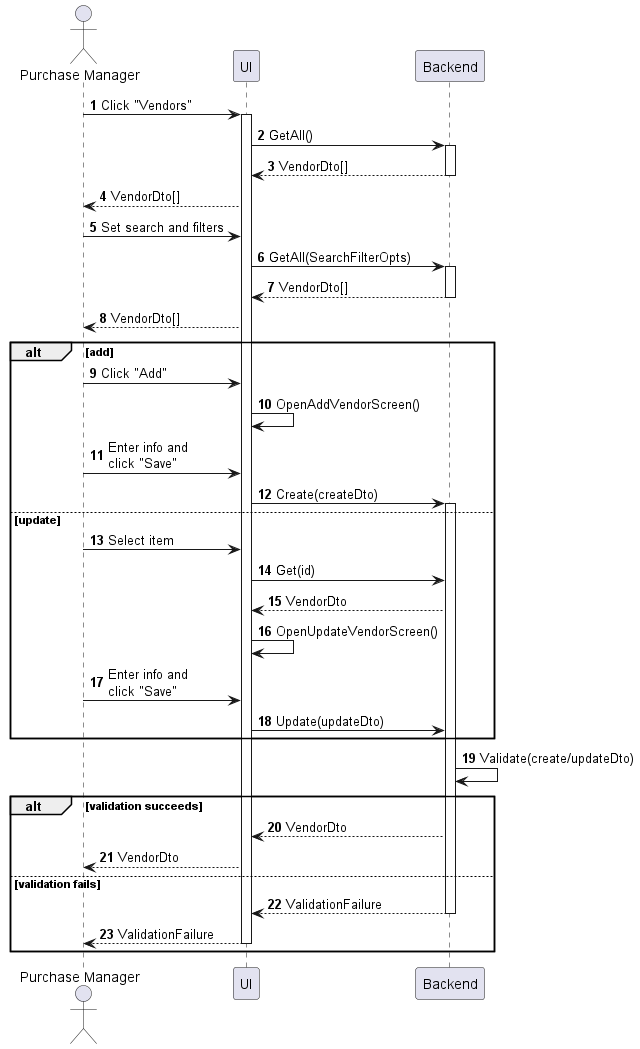
phihungha/scmss-reqs keeps this PlantUML diagram as sequences/vendor-manage.png. Above is the earlier version.
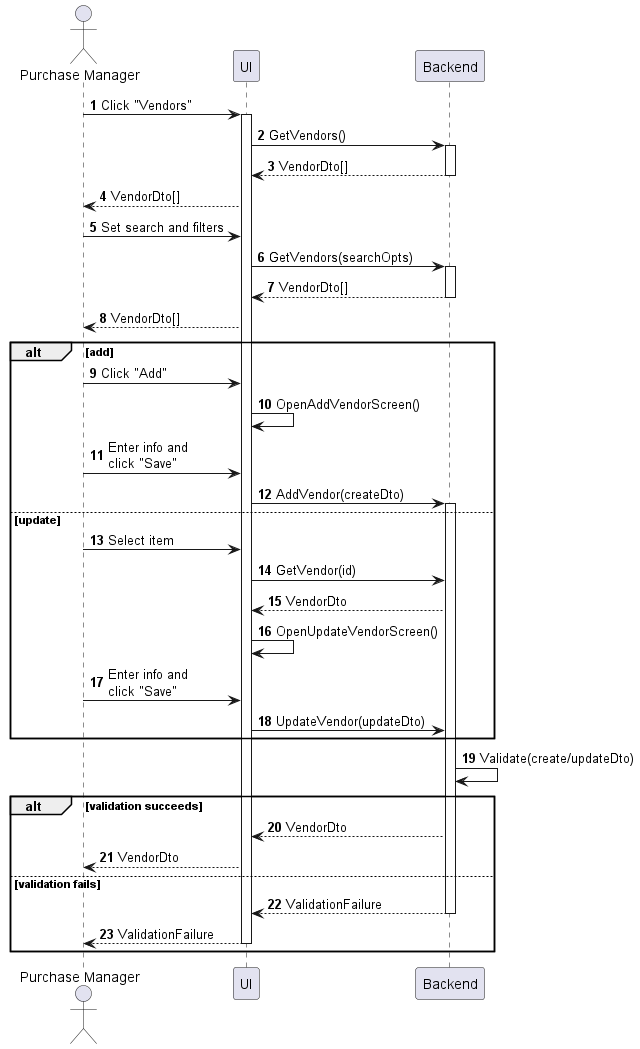
Above is the later version.

Diff of the diagram source:
```diff
@@ -7,12 +7,12 @@
 
 a -> f : Click "Vendors"
 activate f
-f -> b : GetAll()
+f -> b : GetVendors()
 activate b
 return VendorDto[]
 f --> a : VendorDto[]
 a -> f : Set search and filters
-f -> b : GetAll(SearchFilterOpts)
+f -> b : GetVendors(searchOpts)
 activate b
 return VendorDto[]
 f --> a : VendorDto[]
@@ -21,15 +21,15 @@
     a -> f : Click "Add"
     f -> f : OpenAddVendorScreen()
     a -> f : Enter info and\nclick "Save"
-    f -> b : Create(createDto)
+    f -> b : AddVendor(createDto)
     activate b
 else update
     a -> f : Select item
-    f -> b : Get(id)
+    f -> b : GetVendor(id)
     b --> f : VendorDto
     f -> f : OpenUpdateVendorScreen()
     a -> f : Enter info and\nclick "Save"
-    f -> b : Update(updateDto)
+    f -> b : UpdateVendor(updateDto)
 end
 
 b -> b : Validate(create/updateDto)
```
